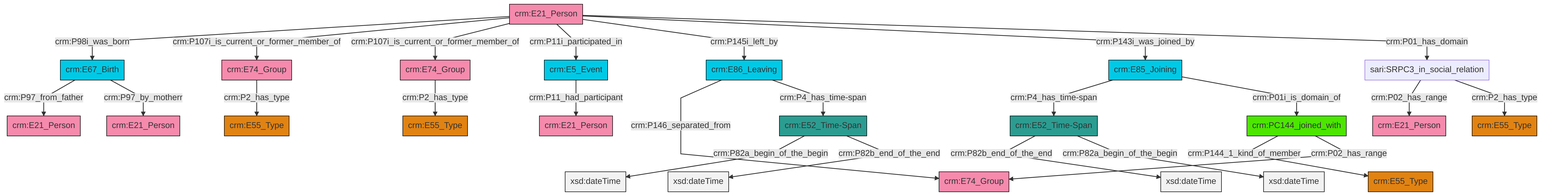
Before: et/personCSV/ttl/mmd/png/Person_Actor_Relations.png, a diagram exported from Mermaid (swiss-art-research-net/reference-data-models). Its source is kept beside it as et/personCSV/ttl/mmd/Person_Actor_Relations.ttl.mmd.
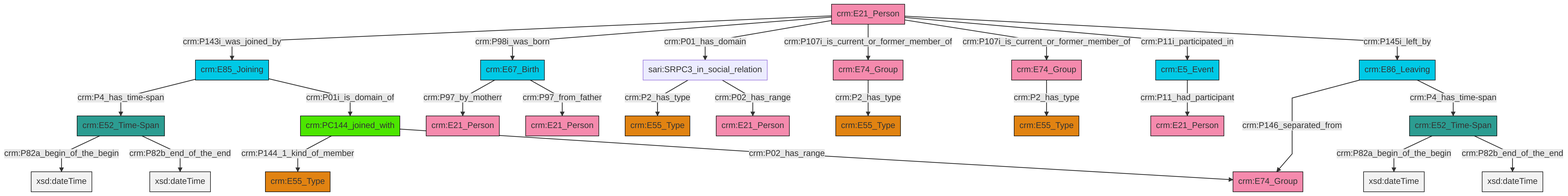
The same diagram one commit later.

Change to the diagram source:
```diff
@@ -13,27 +13,27 @@
 classDef PC_Classes fill:#4ce600, stroke:#000000;
 classDef Multi fill:#cccccc,stroke:#000000;
 
-0["crm:E86_Leaving"]:::Temporal_Entity -->|crm:P146_separated_from| 1["crm:E74_Group"]:::Actor
-2["sari:SRPC3_in_social_relation"]:::Default -->|crm:P02_has_range| 3["crm:E21_Person"]:::Actor
-4["crm:E67_Birth"]:::Temporal_Entity -->|crm:P97_from_father| 5["crm:E21_Person"]:::Actor
 6["crm:E74_Group"]:::Actor -->|crm:P2_has_type| 7["crm:E55_Type"]:::Type
-8["crm:E21_Person"]:::Actor -->|crm:P98i_was_born| 4["crm:E67_Birth"]:::Temporal_Entity
-11["crm:E5_Event"]:::Temporal_Entity -->|crm:P11_had_participant| 12["crm:E21_Person"]:::Actor
-15["crm:PC144_joined_with"]:::PC_Classes -->|crm:P144_1_kind_of_member| 16["crm:E55_Type"]:::Type
-0["crm:E86_Leaving"]:::Temporal_Entity -->|crm:P4_has_time-span| 18["crm:E52_Time-Span"]:::Time-Span
-8["crm:E21_Person"]:::Actor -->|crm:P107i_is_current_or_former_member_of| 21["crm:E74_Group"]:::Actor
-8["crm:E21_Person"]:::Actor -->|crm:P107i_is_current_or_former_member_of| 6["crm:E74_Group"]:::Actor
-21["crm:E74_Group"]:::Actor -->|crm:P2_has_type| 13["crm:E55_Type"]:::Type
-8["crm:E21_Person"]:::Actor -->|crm:P11i_participated_in| 11["crm:E5_Event"]:::Temporal_Entity
-8["crm:E21_Person"]:::Actor -->|crm:P145i_left_by| 0["crm:E86_Leaving"]:::Temporal_Entity
-15["crm:PC144_joined_with"]:::PC_Classes -->|crm:P02_has_range| 1["crm:E74_Group"]:::Actor
-23["crm:E52_Time-Span"]:::Time-Span -->|crm:P82b_end_of_the_end| 29[xsd:dateTime]:::Literal
-8["crm:E21_Person"]:::Actor -->|crm:P143i_was_joined_by| 31["crm:E85_Joining"]:::Temporal_Entity
-31["crm:E85_Joining"]:::Temporal_Entity -->|crm:P4_has_time-span| 23["crm:E52_Time-Span"]:::Time-Span
-8["crm:E21_Person"]:::Actor -->|crm:P01_has_domain| 2["sari:SRPC3_in_social_relation"]:::Default
-4["crm:E67_Birth"]:::Temporal_Entity -->|crm:P97_by_motherr| 35["crm:E21_Person"]:::Actor
-2["sari:SRPC3_in_social_relation"]:::Default -->|crm:P2_has_type| 9["crm:E55_Type"]:::Type
-18["crm:E52_Time-Span"]:::Time-Span -->|crm:P82a_begin_of_the_begin| 41[xsd:dateTime]:::Literal
-18["crm:E52_Time-Span"]:::Time-Span -->|crm:P82b_end_of_the_end| 43[xsd:dateTime]:::Literal
-31["crm:E85_Joining"]:::Temporal_Entity -->|crm:P01i_is_domain_of| 15["crm:PC144_joined_with"]:::PC_Classes
-23["crm:E52_Time-Span"]:::Time-Span -->|crm:P82a_begin_of_the_begin| 45[xsd:dateTime]:::Literal
+10["crm:E67_Birth"]:::Temporal_Entity -->|crm:P97_by_motherr| 11["crm:E21_Person"]:::Actor
+16["crm:E52_Time-Span"]:::Time-Span -->|crm:P82a_begin_of_the_begin| 17[xsd:dateTime]:::Literal
+20["crm:E21_Person"]:::Actor -->|crm:P143i_was_joined_by| 0["crm:E85_Joining"]:::Temporal_Entity
+16["crm:E52_Time-Span"]:::Time-Span -->|crm:P82b_end_of_the_end| 25[xsd:dateTime]:::Literal
+20["crm:E21_Person"]:::Actor -->|crm:P98i_was_born| 10["crm:E67_Birth"]:::Temporal_Entity
+26["crm:E86_Leaving"]:::Temporal_Entity -->|crm:P146_separated_from| 27["crm:E74_Group"]:::Actor
+21["crm:PC144_joined_with"]:::PC_Classes -->|crm:P144_1_kind_of_member| 28["crm:E55_Type"]:::Type
+0["crm:E85_Joining"]:::Temporal_Entity -->|crm:P4_has_time-span| 16["crm:E52_Time-Span"]:::Time-Span
+20["crm:E21_Person"]:::Actor -->|crm:P01_has_domain| 12["sari:SRPC3_in_social_relation"]:::Default
+26["crm:E86_Leaving"]:::Temporal_Entity -->|crm:P4_has_time-span| 8["crm:E52_Time-Span"]:::Time-Span
+20["crm:E21_Person"]:::Actor -->|crm:P107i_is_current_or_former_member_of| 18["crm:E74_Group"]:::Actor
+0["crm:E85_Joining"]:::Temporal_Entity -->|crm:P01i_is_domain_of| 21["crm:PC144_joined_with"]:::PC_Classes
+12["sari:SRPC3_in_social_relation"]:::Default -->|crm:P2_has_type| 23["crm:E55_Type"]:::Type
+12["sari:SRPC3_in_social_relation"]:::Default -->|crm:P02_has_range| 29["crm:E21_Person"]:::Actor
+21["crm:PC144_joined_with"]:::PC_Classes -->|crm:P02_has_range| 27["crm:E74_Group"]:::Actor
+20["crm:E21_Person"]:::Actor -->|crm:P107i_is_current_or_former_member_of| 6["crm:E74_Group"]:::Actor
+2["crm:E5_Event"]:::Temporal_Entity -->|crm:P11_had_participant| 14["crm:E21_Person"]:::Actor
+18["crm:E74_Group"]:::Actor -->|crm:P2_has_type| 33["crm:E55_Type"]:::Type
+8["crm:E52_Time-Span"]:::Time-Span -->|crm:P82a_begin_of_the_begin| 38[xsd:dateTime]:::Literal
+8["crm:E52_Time-Span"]:::Time-Span -->|crm:P82b_end_of_the_end| 41[xsd:dateTime]:::Literal
+20["crm:E21_Person"]:::Actor -->|crm:P11i_participated_in| 2["crm:E5_Event"]:::Temporal_Entity
+10["crm:E67_Birth"]:::Temporal_Entity -->|crm:P97_from_father| 4["crm:E21_Person"]:::Actor
+20["crm:E21_Person"]:::Actor -->|crm:P145i_left_by| 26["crm:E86_Leaving"]:::Temporal_Entity
```
